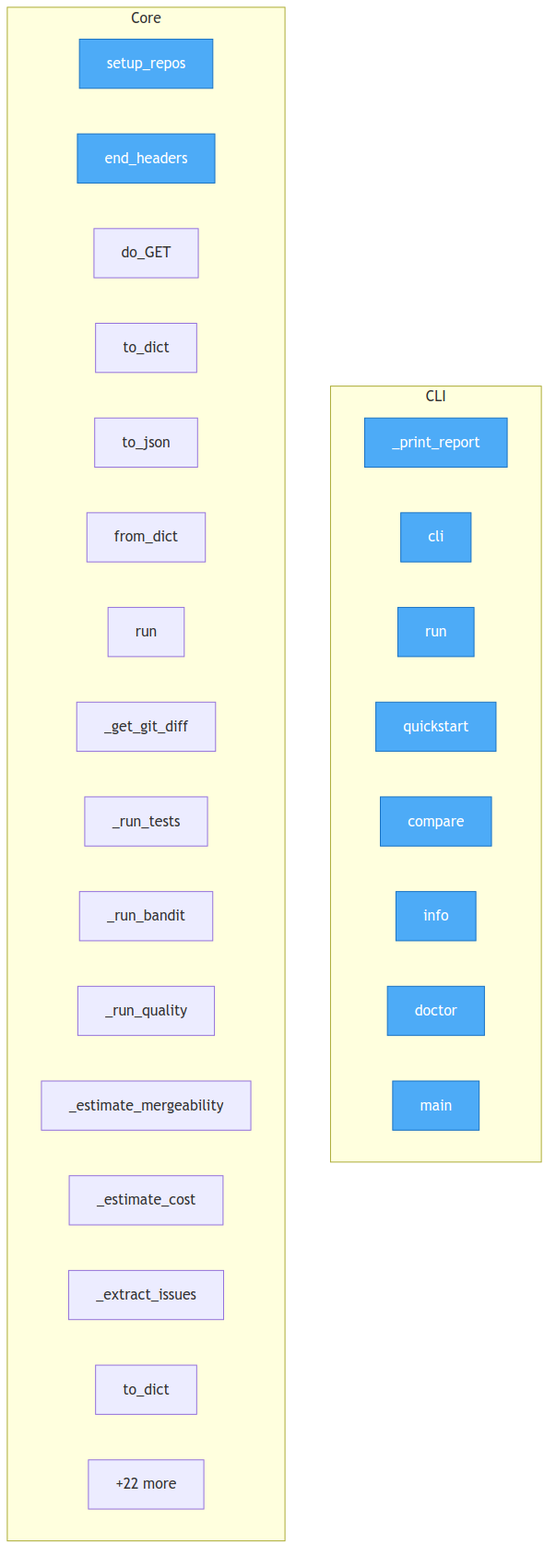
Earlier version of the Mermaid export project/flow.png (semcod/qualbench). Its source is kept beside it as project/flow.mmd.
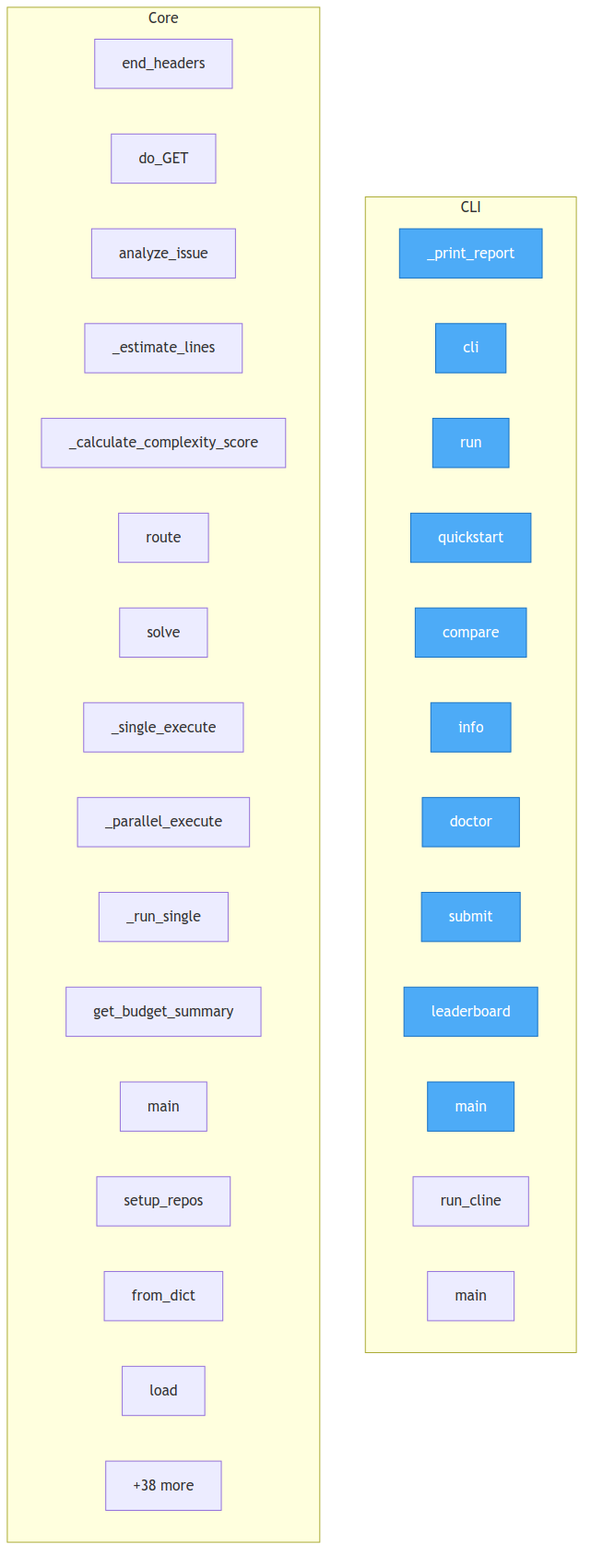
After the commit.

The edit, as a diff of the source:
```diff
@@ -10,26 +10,30 @@
         qualbench__cli__compare["compare"]
         qualbench__cli__info["info"]
         qualbench__cli__doctor["doctor"]
+        qualbench__cli__submit["submit"]
+        qualbench__cli__leaderboard["leaderboard"]
         qualbench__cli__main["main"]
+        runners__cline_runner__run_cline["run_cline"]
+        runners__cline_runner__main["main"]
     end
 
     subgraph Core
-        qualbench__utils__repos__setup_repos["setup_repos"]
         server__Handler__end_headers["end_headers"]
         server__Handler__do_GET["do_GET"]
-        qualbench__benchmark__QualBenchResult__to_dict["to_dict"]
-        qualbench__benchmark__QualBenchResult__to_json["to_json"]
-        qualbench__benchmark__QualBenchResult__from_dict["from_dict"]
-        qualbench__benchmark__QualBenchRunner__run["run"]
-        qualbench__benchmark__QualBenchRunner___get_git_diff["_get_git_diff"]
-        qualbench__benchmark__QualBenchRunner___run_tests["_run_tests"]
-        qualbench__benchmark__QualBenchRunner___run_bandit["_run_bandit"]
-        qualbench__benchmark__QualBenchRunner___run_quality["_run_quality"]
-        qualbench__benchmark__QualBenchRunner___estimate_mergeability["_estimate_mergeability"]
-        qualbench__benchmark__QualBenchRunner___estimate_cost["_estimate_cost"]
-        qualbench__benchmark__QualBenchRunner___extract_issues["_extract_issues"]
-        qualbench__evaluation__EvaluationResult__to_dict["to_dict"]
-        ...["+22 more"]
+        qualbench__supervisor__SupervisorAI__analyze_issue["analyze_issue"]
+        qualbench__supervisor__SupervisorAI___estimate_lines["_estimate_lines"]
+        qualbench__supervisor__SupervisorAI___calculate_complexity_score["_calculate_complexity_score"]
+        qualbench__supervisor__SupervisorAI__route["route"]
+        qualbench__supervisor__SupervisorAI__solve["solve"]
+        qualbench__supervisor__SupervisorAI___single_execute["_single_execute"]
+        qualbench__supervisor__SupervisorAI___parallel_execute["_parallel_execute"]
+        qualbench__supervisor__SupervisorAI___run_single["_run_single"]
+        qualbench__supervisor__SupervisorAI__get_budget_summary["get_budget_summary"]
+        qualbench__supervisor__main["main"]
+        qualbench__utils__repos__setup_repos["setup_repos"]
+        qualbench__dataset__Issue__from_dict["from_dict"]
+        qualbench__dataset__Dataset__load["load"]
+        ...["+38 more"]
     end
 
-    class qualbench__cli___print_report,qualbench__cli__cli,qualbench__cli__run,qualbench__cli__quickstart,qualbench__cli__compare,qualbench__cli__info,qualbench__cli__doctor,qualbench__cli__main,qualbench__utils__repos__setup_repos,server__Handler__end_headers entry
+    class qualbench__cli___print_report,qualbench__cli__cli,qualbench__cli__run,qualbench__cli__quickstart,qualbench__cli__compare,qualbench__cli__info,qualbench__cli__doctor,qualbench__cli__submit,qualbench__cli__leaderboard,qualbench__cli__main entry
```
